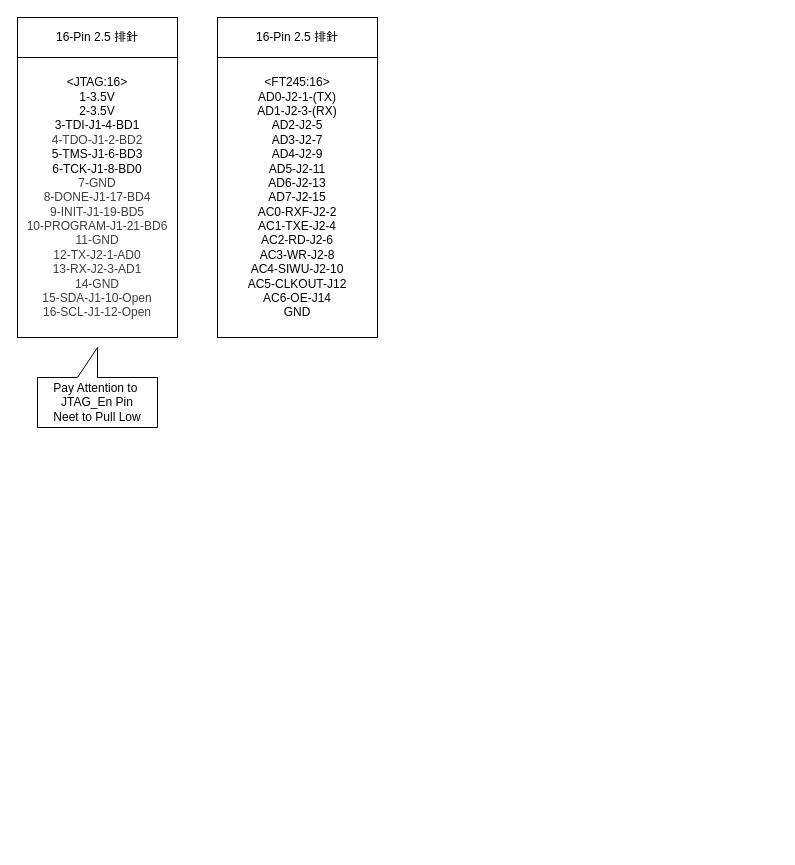
Earlier version of the draw.io diagram docs/diagrams/2026/FT2232_FPGA2.dio (tzechienchu/mynotes). Source tidied: cells renumbered, new cells numbered last; positions are measured from the earlier drawing's top-left corner, leaving out a move shared by most shapes. Both pictures are drawn from the tidied source at 100%, with x=0, y=0 at pixel (17, 17).
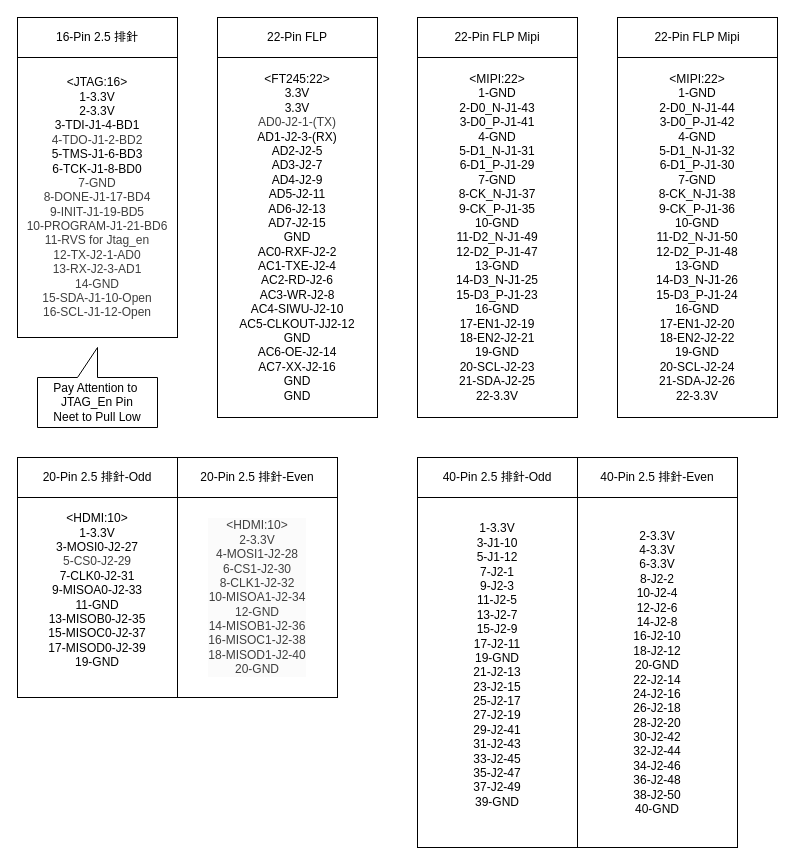
Above is the later version.

Diff of the diagram source:
```diff
@@
 <mxGraphModel>
   <root>
     <mxCell id="0" />
     <mxCell id="1" parent="0" />
-    <mxCell id="2" value="&amp;lt;JTAG:16&amp;gt;&lt;div&gt;&lt;font color=&quot;#000000&quot;&gt;1-3.5V&lt;/font&gt;&lt;/div&gt;&lt;div&gt;&lt;font color=&quot;#000000&quot;&gt;&lt;font color=&quot;#000000&quot;&gt;2-3.5V&lt;br&gt;&lt;/font&gt;&lt;/font&gt;&lt;div&gt;3-TDI-J1-4-BD1&lt;/div&gt;&lt;div&gt;&lt;span style=&quot;color: rgb(63, 63, 63); background-color: transparent;&quot;&gt;4-TDO-J1-2-BD2&lt;/span&gt;&lt;/div&gt;&lt;div&gt;5-TMS-J1-6-BD3&lt;/div&gt;&lt;div&gt;6-TCK-J1-8-BD0&lt;/div&gt;&lt;div&gt;&lt;span style=&quot;color: rgb(63, 63, 63); background-color: transparent;&quot;&gt;7-GND&lt;/span&gt;&lt;/div&gt;&lt;/div&gt;&lt;div&gt;&lt;span style=&quot;color: rgb(63, 63, 63); background-color: transparent;&quot;&gt;&lt;div style=&quot;color: rgb(63, 63, 63); scrollbar-color: rgb(226, 226, 226) rgb(251, 251, 251);&quot;&gt;8-DONE-J1-17-BD4&lt;/div&gt;&lt;div style=&quot;color: rgb(63, 63, 63); scrollbar-color: rgb(226, 226, 226) rgb(251, 251, 251);&quot;&gt;9-INIT-J1-19-BD5&lt;/div&gt;&lt;div style=&quot;color: rgb(63, 63, 63); scrollbar-color: rgb(226, 226, 226) rgb(251, 251, 251);&quot;&gt;10-PROGRAM-J1-21-BD6&lt;/div&gt;&lt;div style=&quot;color: rgb(63, 63, 63); scrollbar-color: rgb(226, 226, 226) rgb(251, 251, 251);&quot;&gt;11-GND&lt;/div&gt;&lt;div style=&quot;color: rgb(63, 63, 63); scrollbar-color: rgb(226, 226, 226) rgb(251, 251, 251);&quot;&gt;12-TX-J2-1-AD0&lt;/div&gt;&lt;div style=&quot;color: rgb(63, 63, 63); scrollbar-color: rgb(226, 226, 226) rgb(251, 251, 251);&quot;&gt;13-RX-J2-3-AD1&lt;/div&gt;&lt;div style=&quot;color: rgb(63, 63, 63); scrollbar-color: rgb(226, 226, 226) rgb(251, 251, 251);&quot;&gt;14-GND&lt;/div&gt;&lt;div style=&quot;color: rgb(63, 63, 63); scrollbar-color: rgb(226, 226, 226) rgb(251, 251, 251);&quot;&gt;15-SDA-J1-10-Open&lt;/div&gt;&lt;div style=&quot;color: rgb(63, 63, 63); scrollbar-color: rgb(226, 226, 226) rgb(251, 251, 251);&quot;&gt;16-SCL-J1-12-Open&lt;/div&gt;&lt;/span&gt;&lt;/div&gt;" style="rounded=0;whiteSpace=wrap;html=1;" parent="1" vertex="1">
+    <mxCell id="2" value="&amp;lt;JTAG:16&amp;gt;&lt;div&gt;&lt;font color=&quot;#000000&quot;&gt;1-3.3V&lt;/font&gt;&lt;/div&gt;&lt;div&gt;&lt;font color=&quot;#000000&quot;&gt;&lt;font color=&quot;#000000&quot;&gt;2-3.3V&lt;br&gt;&lt;/font&gt;&lt;/font&gt;&lt;div&gt;3-TDI-J1-4-BD1&lt;/div&gt;&lt;div&gt;&lt;span style=&quot;color: rgb(63, 63, 63); background-color: transparent;&quot;&gt;4-TDO-J1-2-BD2&lt;/span&gt;&lt;/div&gt;&lt;div&gt;5-TMS-J1-6-BD3&lt;/div&gt;&lt;div&gt;6-TCK-J1-8-BD0&lt;/div&gt;&lt;div&gt;&lt;span style=&quot;color: rgb(63, 63, 63); background-color: transparent;&quot;&gt;7-GND&lt;/span&gt;&lt;/div&gt;&lt;/div&gt;&lt;div&gt;&lt;span style=&quot;color: rgb(63, 63, 63); background-color: transparent;&quot;&gt;&lt;div style=&quot;color: rgb(63, 63, 63); scrollbar-color: rgb(226, 226, 226) rgb(251, 251, 251);&quot;&gt;8-DONE-J1-17-BD4&lt;/div&gt;&lt;div style=&quot;color: rgb(63, 63, 63); scrollbar-color: rgb(226, 226, 226) rgb(251, 251, 251);&quot;&gt;9-INIT-J1-19-BD5&lt;/div&gt;&lt;div style=&quot;color: rgb(63, 63, 63); scrollbar-color: rgb(226, 226, 226) rgb(251, 251, 251);&quot;&gt;10-PROGRAM-J1-21-BD6&lt;/div&gt;&lt;div style=&quot;color: rgb(63, 63, 63); scrollbar-color: rgb(226, 226, 226) rgb(251, 251, 251);&quot;&gt;11-RVS for Jtag_en&lt;/div&gt;&lt;div style=&quot;color: rgb(63, 63, 63); scrollbar-color: rgb(226, 226, 226) rgb(251, 251, 251);&quot;&gt;12-TX-J2-1-AD0&lt;/div&gt;&lt;div style=&quot;color: rgb(63, 63, 63); scrollbar-color: rgb(226, 226, 226) rgb(251, 251, 251);&quot;&gt;13-RX-J2-3-AD1&lt;/div&gt;&lt;div style=&quot;color: rgb(63, 63, 63); scrollbar-color: rgb(226, 226, 226) rgb(251, 251, 251);&quot;&gt;14-GND&lt;/div&gt;&lt;div style=&quot;color: rgb(63, 63, 63); scrollbar-color: rgb(226, 226, 226) rgb(251, 251, 251);&quot;&gt;15-SDA-J1-10-Open&lt;/div&gt;&lt;div style=&quot;color: rgb(63, 63, 63); scrollbar-color: rgb(226, 226, 226) rgb(251, 251, 251);&quot;&gt;16-SCL-J1-12-Open&lt;/div&gt;&lt;/span&gt;&lt;/div&gt;" style="rounded=0;whiteSpace=wrap;html=1;" parent="1" vertex="1">
       <mxGeometry y="40" width="160" height="280" as="geometry" />
     </mxCell>
-    <mxCell id="3" value="&amp;lt;FT245:16&amp;gt;&lt;div&gt;&lt;div&gt;AD0-J2-1-(TX)&lt;/div&gt;&lt;div&gt;AD1-J2-3-(RX)&lt;/div&gt;&lt;div&gt;AD2-J2-5&lt;/div&gt;&lt;div&gt;AD3-J2-7&lt;/div&gt;&lt;div&gt;AD4-J2-9&lt;/div&gt;&lt;div&gt;AD5-J2-11&lt;/div&gt;&lt;div&gt;AD6-J2-13&lt;/div&gt;&lt;div&gt;AD7-J2-15&lt;/div&gt;&lt;div&gt;AC0-RXF-J2-2&lt;/div&gt;&lt;div&gt;AC1-TXE-J2-4&lt;/div&gt;&lt;div&gt;AC2-RD-J2-6&lt;/div&gt;&lt;div&gt;AC3-WR-J2-8&lt;/div&gt;&lt;div&gt;AC4-SIWU-J2-10&lt;/div&gt;&lt;div&gt;AC5-CLKOUT-J12&lt;/div&gt;&lt;div&gt;AC6-OE-J14&lt;/div&gt;&lt;div&gt;GND&lt;/div&gt;&lt;/div&gt;" style="rounded=0;whiteSpace=wrap;html=1;" parent="1" vertex="1">
-      <mxGeometry x="200" y="40" width="160" height="280" as="geometry" />
+    <mxCell id="3" value="&amp;lt;FT245:22&amp;gt;&lt;div&gt;&lt;font color=&quot;#000000&quot;&gt;3.3V&lt;/font&gt;&lt;/div&gt;&lt;div&gt;&lt;font color=&quot;#000000&quot;&gt;3.3V&lt;/font&gt;&lt;/div&gt;&lt;div&gt;&lt;span style=&quot;color: rgb(63, 63, 63); background-color: transparent;&quot;&gt;AD0-J2-1-(TX)&lt;/span&gt;&lt;div&gt;&lt;div&gt;AD1-J2-3-(RX)&lt;/div&gt;&lt;div&gt;AD2-J2-5&lt;/div&gt;&lt;div&gt;AD3-J2-7&lt;/div&gt;&lt;div&gt;AD4-J2-9&lt;/div&gt;&lt;div&gt;AD5-J2-11&lt;/div&gt;&lt;div&gt;AD6-J2-13&lt;/div&gt;&lt;div&gt;AD7-J2-15&lt;/div&gt;&lt;div&gt;GND&lt;/div&gt;&lt;div&gt;AC0-RXF-J2-2&lt;/div&gt;&lt;div&gt;AC1-TXE-J2-4&lt;/div&gt;&lt;div&gt;AC2-RD-J2-6&lt;/div&gt;&lt;div&gt;AC3-WR-J2-8&lt;/div&gt;&lt;div&gt;AC4-SIWU-J2-10&lt;/div&gt;&lt;div&gt;AC5-CLKOUT-JJ2-12&lt;/div&gt;&lt;div&gt;GND&lt;/div&gt;&lt;div&gt;AC6-OE-J2-14&lt;/div&gt;&lt;div&gt;AC7-XX-J2-16&lt;/div&gt;&lt;div&gt;GND&lt;/div&gt;&lt;/div&gt;&lt;/div&gt;&lt;div&gt;GND&lt;/div&gt;" style="rounded=0;whiteSpace=wrap;html=1;" parent="1" vertex="1">
+      <mxGeometry x="200" y="40" width="160" height="360" as="geometry" />
     </mxCell>
     <mxCell id="4" value="16-Pin 2.5 排針" style="rounded=0;whiteSpace=wrap;html=1;" parent="1" vertex="1">
       <mxGeometry width="160" height="40" as="geometry" />
     </mxCell>
-    <mxCell id="5" value="16-Pin 2.5 排針" style="rounded=0;whiteSpace=wrap;html=1;" parent="1" vertex="1">
+    <mxCell id="5" value="22-Pin FLP" style="rounded=0;whiteSpace=wrap;html=1;" parent="1" vertex="1">
       <mxGeometry x="200" width="160" height="40" as="geometry" />
     </mxCell>
     <mxCell id="6" value="Pay Attention to&amp;nbsp;&lt;div&gt;JTAG_En Pin&lt;/div&gt;&lt;div&gt;Neet to Pull Low&lt;/div&gt;" style="shape=callout;whiteSpace=wrap;html=1;perimeter=calloutPerimeter;direction=west;" parent="1" vertex="1">
       <mxGeometry x="20" y="330" width="120" height="80" as="geometry" />
     </mxCell>
+    <mxCell id="7" value="22-Pin FLP Mipi" style="rounded=0;whiteSpace=wrap;html=1;" parent="1" vertex="1">
+      <mxGeometry x="400" width="160" height="40" as="geometry" />
+    </mxCell>
+    <mxCell id="8" value="&amp;lt;MIPI:22&amp;gt;&lt;div&gt;1-GND&lt;/div&gt;&lt;div&gt;2-D0_N-J1-43&lt;/div&gt;&lt;div&gt;3-D0_P-J1-41&lt;/div&gt;&lt;div&gt;4-GND&lt;/div&gt;&lt;div&gt;5-D1_N-J1-31&lt;/div&gt;&lt;div&gt;6-D1_P-J1-29&lt;/div&gt;&lt;div&gt;7-GND&lt;/div&gt;&lt;div&gt;8-CK_N-J1-37&lt;/div&gt;&lt;div&gt;9-CK_P-J1-35&lt;/div&gt;&lt;div&gt;10-GND&lt;/div&gt;&lt;div&gt;11-D2_N-J1-49&lt;/div&gt;&lt;div&gt;12-D2_P-J1-47&lt;/div&gt;&lt;div&gt;13-GND&lt;/div&gt;&lt;div&gt;14-D3_N-J1-25&lt;/div&gt;&lt;div&gt;15-D3_P-J1-23&lt;/div&gt;&lt;div&gt;16-GND&lt;/div&gt;&lt;div&gt;17-EN1-J2-19&lt;/div&gt;&lt;div&gt;18-EN2-J2-21&lt;/div&gt;&lt;div&gt;19-GND&lt;/div&gt;&lt;div&gt;20-SCL-J2-23&lt;/div&gt;&lt;div&gt;21-SDA-J2-25&lt;/div&gt;&lt;div&gt;22-3.3V&lt;/div&gt;" style="rounded=0;whiteSpace=wrap;html=1;" parent="1" vertex="1">
+      <mxGeometry x="400" y="40" width="160" height="360" as="geometry" />
+    </mxCell>
+    <mxCell id="9" value="22-Pin FLP Mipi" style="rounded=0;whiteSpace=wrap;html=1;" parent="1" vertex="1">
+      <mxGeometry x="600" width="160" height="40" as="geometry" />
+    </mxCell>
+    <mxCell id="10" value="&amp;lt;MIPI:22&amp;gt;&lt;div&gt;1-GND&lt;/div&gt;&lt;div&gt;2-D0_N-J1-44&lt;/div&gt;&lt;div&gt;3-D0_P-J1-42&lt;/div&gt;&lt;div&gt;4-GND&lt;/div&gt;&lt;div&gt;5-D1_N-J1-32&lt;/div&gt;&lt;div&gt;6-D1_P-J1-30&lt;/div&gt;&lt;div&gt;7-GND&lt;/div&gt;&lt;div&gt;8-CK_N-J1-38&lt;/div&gt;&lt;div&gt;9-CK_P-J1-36&lt;/div&gt;&lt;div&gt;10-GND&lt;/div&gt;&lt;div&gt;11-D2_N-J1-50&lt;/div&gt;&lt;div&gt;12-D2_P-J1-48&lt;/div&gt;&lt;div&gt;13-GND&lt;/div&gt;&lt;div&gt;14-D3_N-J1-26&lt;/div&gt;&lt;div&gt;15-D3_P-J1-24&lt;/div&gt;&lt;div&gt;16-GND&lt;/div&gt;&lt;div&gt;17-EN1-J2-20&lt;/div&gt;&lt;div&gt;18-EN2-J2-22&lt;/div&gt;&lt;div&gt;19-GND&lt;/div&gt;&lt;div&gt;20-SCL-J2-24&lt;/div&gt;&lt;div&gt;21-SDA-J2-26&lt;/div&gt;&lt;div&gt;22-3.3V&lt;/div&gt;" style="rounded=0;whiteSpace=wrap;html=1;" parent="1" vertex="1">
+      <mxGeometry x="600" y="40" width="160" height="360" as="geometry" />
+    </mxCell>
+    <mxCell id="11" value="20-Pin 2.5 排針-Odd" style="rounded=0;whiteSpace=wrap;html=1;" parent="1" vertex="1">
+      <mxGeometry y="440" width="160" height="40" as="geometry" />
+    </mxCell>
+    <mxCell id="12" value="&amp;lt;HDMI:10&amp;gt;&lt;div&gt;&lt;font color=&quot;#000000&quot;&gt;1-3.3V&lt;/font&gt;&lt;/div&gt;&lt;div&gt;&lt;div&gt;3-MOSI0-J2-27&lt;/div&gt;&lt;div&gt;&lt;span style=&quot;color: rgb(63, 63, 63); background-color: transparent;&quot;&gt;5-CS0-J2-29&lt;/span&gt;&lt;/div&gt;&lt;/div&gt;&lt;div&gt;7-CLK0-J2-31&lt;/div&gt;&lt;div&gt;9-MISOA0-J2-33&lt;/div&gt;&lt;div&gt;11-GND&lt;/div&gt;&lt;div&gt;13-MISOB0-J2-35&lt;/div&gt;&lt;div&gt;15-MISOC0-J2-37&lt;/div&gt;&lt;div&gt;17-MISOD0-J2-39&lt;/div&gt;&lt;div&gt;19-GND&lt;/div&gt;&lt;div&gt;&lt;br&gt;&lt;/div&gt;" style="rounded=0;whiteSpace=wrap;html=1;" parent="1" vertex="1">
+      <mxGeometry y="480" width="160" height="200" as="geometry" />
+    </mxCell>
+    <mxCell id="13" value="&lt;span style=&quot;color: rgb(0, 0, 0);&quot;&gt;40-Pin 2.5 排針-Odd&lt;/span&gt;" style="rounded=0;whiteSpace=wrap;html=1;" parent="1" vertex="1">
+      <mxGeometry x="400" y="440" width="160" height="40" as="geometry" />
+    </mxCell>
+    <mxCell id="14" value="&lt;div&gt;1-3.3V&lt;/div&gt;&lt;div&gt;3-J1-10&lt;/div&gt;&lt;div&gt;5-J1-12&lt;/div&gt;&lt;div&gt;7-J2-1&lt;/div&gt;&lt;div&gt;9-J2-3&lt;/div&gt;&lt;div&gt;11-J2-5&lt;/div&gt;&lt;div&gt;13-J2-7&lt;/div&gt;&lt;div&gt;15-J2-9&lt;/div&gt;&lt;div&gt;17-J2-11&lt;/div&gt;&lt;div&gt;19-GND&lt;/div&gt;&lt;div&gt;21-J2-13&lt;/div&gt;&lt;div&gt;23-J2-15&lt;/div&gt;&lt;div&gt;25-J2-17&lt;/div&gt;&lt;div&gt;27-J2-19&lt;/div&gt;&lt;div&gt;29-J2-41&lt;/div&gt;&lt;div&gt;31-J2-43&lt;/div&gt;&lt;div&gt;33-J2-45&lt;/div&gt;&lt;div&gt;35-J2-47&lt;/div&gt;&lt;div&gt;37-J2-49&lt;/div&gt;&lt;div&gt;39-GND&lt;/div&gt;&lt;div&gt;&lt;br&gt;&lt;/div&gt;" style="rounded=0;whiteSpace=wrap;html=1;" parent="1" vertex="1">
+      <mxGeometry x="400" y="480" width="160" height="350" as="geometry" />
+    </mxCell>
+    <mxCell id="15" value="&lt;span style=&quot;color: rgb(0, 0, 0);&quot;&gt;40-Pin 2.5 排針-Even&lt;/span&gt;" style="rounded=0;whiteSpace=wrap;html=1;" parent="1" vertex="1">
+      <mxGeometry x="560" y="440" width="160" height="40" as="geometry" />
+    </mxCell>
+    <mxCell id="16" value="&lt;div&gt;2-3.3V&lt;/div&gt;&lt;div&gt;4-3.3V&lt;/div&gt;&lt;div&gt;6-3.3V&lt;/div&gt;&lt;div&gt;8-J2-2&lt;/div&gt;&lt;div&gt;10-J2-4&lt;/div&gt;&lt;div&gt;12-J2-6&lt;/div&gt;&lt;div&gt;14-J2-8&lt;/div&gt;&lt;div&gt;16-J2-10&lt;/div&gt;&lt;div&gt;18-J2-12&lt;/div&gt;&lt;div&gt;20-GND&lt;/div&gt;&lt;div&gt;22-J2-14&lt;/div&gt;&lt;div&gt;24-J2-16&lt;/div&gt;&lt;div&gt;26-J2-18&lt;/div&gt;&lt;div&gt;28-J2-20&lt;/div&gt;&lt;div&gt;30-J2-42&lt;/div&gt;&lt;div&gt;32-J2-44&lt;/div&gt;&lt;div&gt;34-J2-46&lt;/div&gt;&lt;div&gt;36-J2-48&lt;/div&gt;&lt;div&gt;38-J2-50&lt;/div&gt;&lt;div&gt;40-GND&lt;/div&gt;" style="rounded=0;whiteSpace=wrap;html=1;" parent="1" vertex="1">
+      <mxGeometry x="560" y="480" width="160" height="350" as="geometry" />
+    </mxCell>
+    <mxCell id="17" value="20-Pin 2.5 排針-Even" style="rounded=0;whiteSpace=wrap;html=1;" parent="1" vertex="1">
+      <mxGeometry x="160" y="440" width="160" height="40" as="geometry" />
+    </mxCell>
+    <mxCell id="18" value="&lt;div style=&quot;forced-color-adjust: none; color: rgb(63, 63, 63); scrollbar-color: rgb(226, 226, 226) rgb(251, 251, 251); font-family: Helvetica; font-size: 12px; font-style: normal; font-variant-ligatures: normal; font-variant-caps: normal; font-weight: 400; letter-spacing: normal; orphans: 2; text-indent: 0px; text-transform: none; widows: 2; word-spacing: 0px; -webkit-text-stroke-width: 0px; white-space: normal; text-decoration-thickness: initial; text-decoration-style: initial; text-decoration-color: initial; text-align: center; background-color: rgb(251, 251, 251);&quot;&gt;&amp;lt;HDMI:10&amp;gt;&lt;/div&gt;&lt;div style=&quot;forced-color-adjust: none; color: rgb(63, 63, 63); scrollbar-color: rgb(226, 226, 226) rgb(251, 251, 251); font-family: Helvetica; font-size: 12px; font-style: normal; font-variant-ligatures: normal; font-variant-caps: normal; font-weight: 400; letter-spacing: normal; orphans: 2; text-indent: 0px; text-transform: none; widows: 2; word-spacing: 0px; -webkit-text-stroke-width: 0px; white-space: normal; text-decoration-thickness: initial; text-decoration-style: initial; text-decoration-color: initial; text-align: center; background-color: rgb(251, 251, 251);&quot;&gt;2-3.3V&lt;/div&gt;&lt;div style=&quot;forced-color-adjust: none; color: rgb(63, 63, 63); scrollbar-color: rgb(226, 226, 226) rgb(251, 251, 251); font-family: Helvetica; font-size: 12px; font-style: normal; font-variant-ligatures: normal; font-variant-caps: normal; font-weight: 400; letter-spacing: normal; orphans: 2; text-indent: 0px; text-transform: none; widows: 2; word-spacing: 0px; -webkit-text-stroke-width: 0px; white-space: normal; text-decoration-thickness: initial; text-decoration-style: initial; text-decoration-color: initial; text-align: center; background-color: rgb(251, 251, 251);&quot;&gt;4-MOSI1-J2-28&lt;/div&gt;&lt;div style=&quot;forced-color-adjust: none; color: rgb(63, 63, 63); scrollbar-color: rgb(226, 226, 226) rgb(251, 251, 251); font-family: Helvetica; font-size: 12px; font-style: normal; font-variant-ligatures: normal; font-variant-caps: normal; font-weight: 400; letter-spacing: normal; orphans: 2; text-indent: 0px; text-transform: none; widows: 2; word-spacing: 0px; -webkit-text-stroke-width: 0px; white-space: normal; text-decoration-thickness: initial; text-decoration-style: initial; text-decoration-color: initial; text-align: center; background-color: rgb(251, 251, 251);&quot;&gt;6-CS1-J2-30&lt;/div&gt;&lt;div style=&quot;forced-color-adjust: none; color: rgb(63, 63, 63); scrollbar-color: rgb(226, 226, 226) rgb(251, 251, 251); font-family: Helvetica; font-size: 12px; font-style: normal; font-variant-ligatures: normal; font-variant-caps: normal; font-weight: 400; letter-spacing: normal; orphans: 2; text-indent: 0px; text-transform: none; widows: 2; word-spacing: 0px; -webkit-text-stroke-width: 0px; white-space: normal; text-decoration-thickness: initial; text-decoration-style: initial; text-decoration-color: initial; text-align: center; background-color: rgb(251, 251, 251);&quot;&gt;8-CLK1-J2-32&lt;/div&gt;&lt;div style=&quot;forced-color-adjust: none; color: rgb(63, 63, 63); scrollbar-color: rgb(226, 226, 226) rgb(251, 251, 251); font-family: Helvetica; font-size: 12px; font-style: normal; font-variant-ligatures: normal; font-variant-caps: normal; font-weight: 400; letter-spacing: normal; orphans: 2; text-indent: 0px; text-transform: none; widows: 2; word-spacing: 0px; -webkit-text-stroke-width: 0px; white-space: normal; text-decoration-thickness: initial; text-decoration-style: initial; text-decoration-color: initial; text-align: center; background-color: rgb(251, 251, 251);&quot;&gt;10-MISOA1-J2-34&lt;/div&gt;&lt;div style=&quot;forced-color-adjust: none; color: rgb(63, 63, 63); scrollbar-color: rgb(226, 226, 226) rgb(251, 251, 251); font-family: Helvetica; font-size: 12px; font-style: normal; font-variant-ligatures: normal; font-variant-caps: normal; font-weight: 400; letter-spacing: normal; orphans: 2; text-indent: 0px; text-transform: none; widows: 2; word-spacing: 0px; -webkit-text-stroke-width: 0px; white-space: normal; text-decoration-thickness: initial; text-decoration-style: initial; text-decoration-color: initial; text-align: center; background-color: rgb(251, 251, 251);&quot;&gt;12-GND&lt;/div&gt;&lt;div style=&quot;forced-color-adjust: none; color: rgb(63, 63, 63); scrollbar-color: rgb(226, 226, 226) rgb(251, 251, 251); font-family: Helvetica; font-size: 12px; font-style: normal; font-variant-ligatures: normal; font-variant-caps: normal; font-weight: 400; letter-spacing: normal; orphans: 2; text-indent: 0px; text-transform: none; widows: 2; word-spacing: 0px; -webkit-text-stroke-width: 0px; white-space: normal; text-decoration-thickness: initial; text-decoration-style: initial; text-decoration-color: initial; text-align: center; background-color: rgb(251, 251, 251);&quot;&gt;14-MISOB1-J2-36&lt;/div&gt;&lt;div style=&quot;forced-color-adjust: none; color: rgb(63, 63, 63); scrollbar-color: rgb(226, 226, 226) rgb(251, 251, 251); font-family: Helvetica; font-size: 12px; font-style: normal; font-variant-ligatures: normal; font-variant-caps: normal; font-weight: 400; letter-spacing: normal; orphans: 2; text-indent: 0px; text-transform: none; widows: 2; word-spacing: 0px; -webkit-text-stroke-width: 0px; white-space: normal; text-decoration-thickness: initial; text-decoration-style: initial; text-decoration-color: initial; text-align: center; background-color: rgb(251, 251, 251);&quot;&gt;16-MISOC1-J2-38&lt;/div&gt;&lt;div style=&quot;forced-color-adjust: none; color: rgb(63, 63, 63); scrollbar-color: rgb(226, 226, 226) rgb(251, 251, 251); font-family: Helvetica; font-size: 12px; font-style: normal; font-variant-ligatures: normal; font-variant-caps: normal; font-weight: 400; letter-spacing: normal; orphans: 2; text-indent: 0px; text-transform: none; widows: 2; word-spacing: 0px; -webkit-text-stroke-width: 0px; white-space: normal; text-decoration-thickness: initial; text-decoration-style: initial; text-decoration-color: initial; text-align: center; background-color: rgb(251, 251, 251);&quot;&gt;18-MISOD1-J2-40&lt;/div&gt;&lt;div style=&quot;forced-color-adjust: none; color: rgb(63, 63, 63); scrollbar-color: rgb(226, 226, 226) rgb(251, 251, 251); font-family: Helvetica; font-size: 12px; font-style: normal; font-variant-ligatures: normal; font-variant-caps: normal; font-weight: 400; letter-spacing: normal; orphans: 2; text-indent: 0px; text-transform: none; widows: 2; word-spacing: 0px; -webkit-text-stroke-width: 0px; white-space: normal; text-decoration-thickness: initial; text-decoration-style: initial; text-decoration-color: initial; text-align: center; background-color: rgb(251, 251, 251);&quot;&gt;20-GND&lt;/div&gt;" style="rounded=0;whiteSpace=wrap;html=1;" parent="1" vertex="1">
+      <mxGeometry x="160" y="480" width="160" height="200" as="geometry" />
+    </mxCell>
   </root>
 </mxGraphModel>
```
